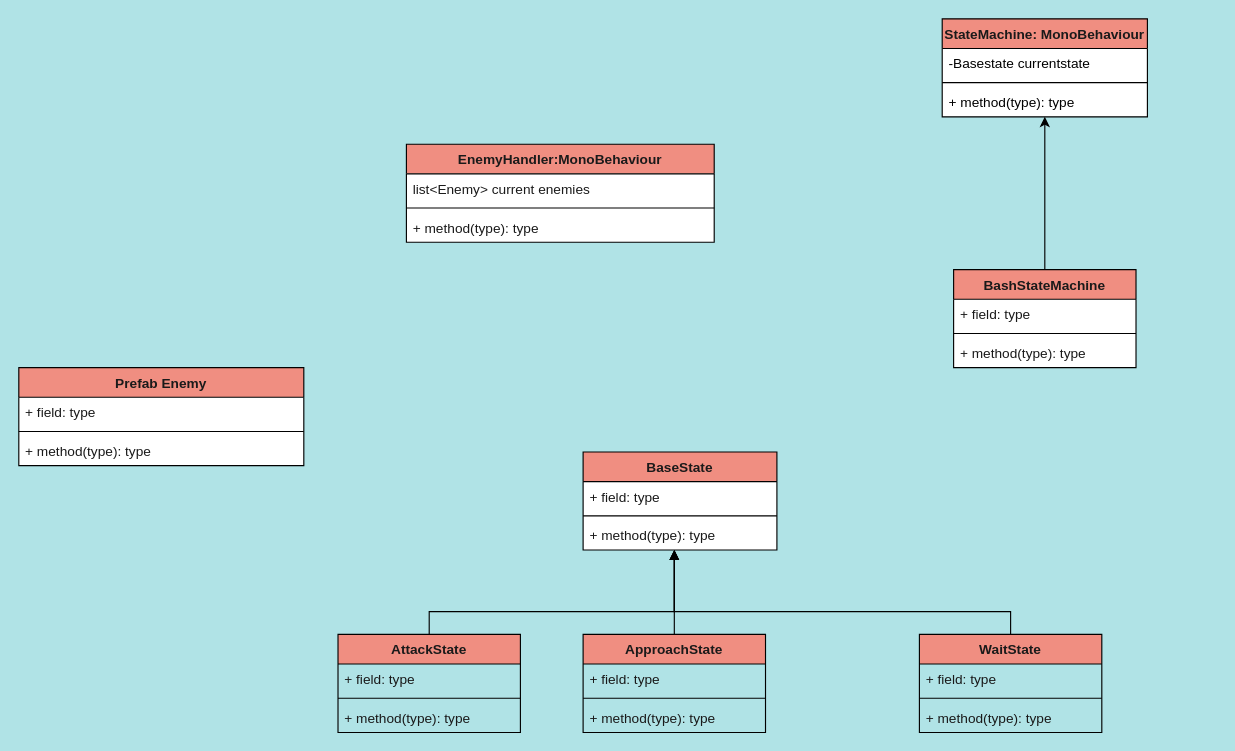
Justice-Tei21/Unity-Scripts keeps this draw.io diagram as page "Enemy stuff" (1 of 4) of Boomstriction.drawio. Above is the earlier version. Source tidied: cells renumbered, new cells numbered last; positions are measured from the earlier drawing's top-left corner, leaving out a move shared by most shapes. Both pictures are drawn from the tidied source at 114%, with x=0, y=0 at pixel (18, 18).
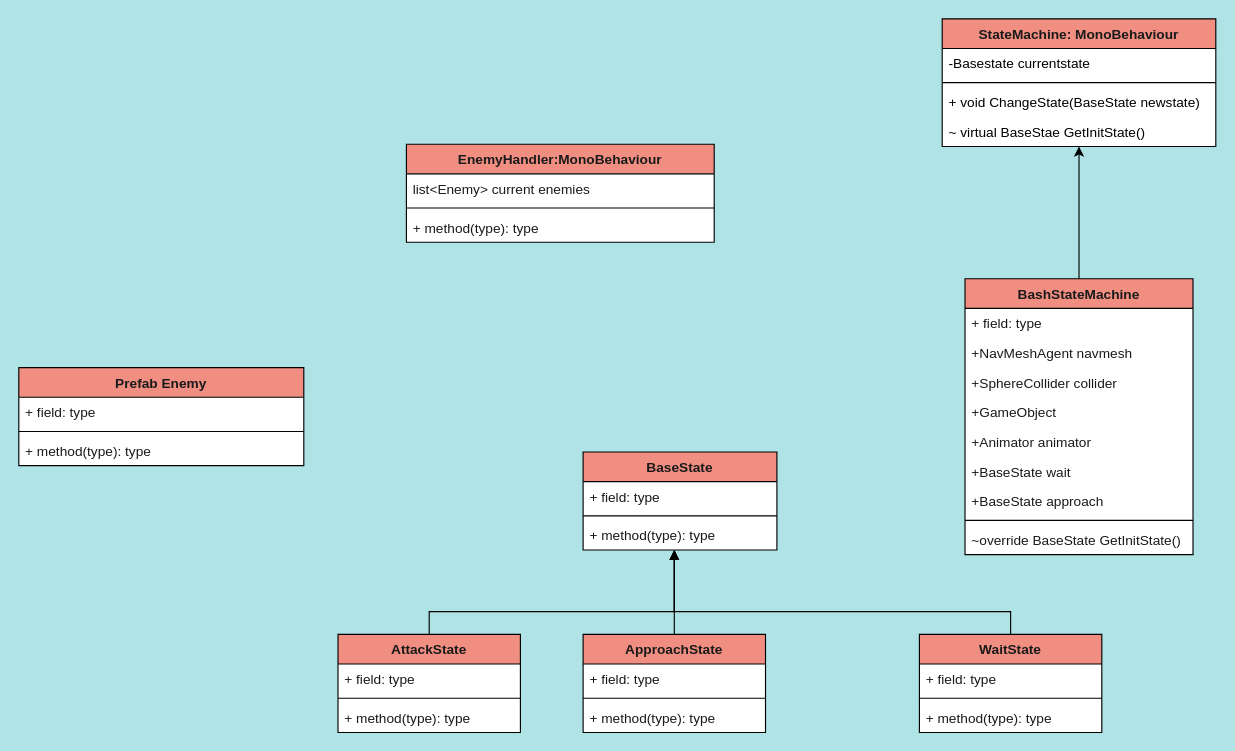
After the change.

What changed in the source:
```diff
@@
     <mxCell id="11" value="BashStateMachine" style="swimlane;fontStyle=1;align=center;verticalAlign=top;horizontal=1;startSize=26;rounded=0;strokeColor=default;fontFamily=Helvetica;fontSize=12;fontColor=#1A1A1A;fillColor=#F08E81;swimlaneFillColor=default;" parent="1" vertex="1">
-      <mxGeometry x="820" y="220" width="160" height="86" as="geometry" />
+      <mxGeometry x="830" y="228" width="200" height="242" as="geometry" />
     </mxCell>
     <mxCell id="12" value="+ field: type" style="text;strokeColor=none;fillColor=none;align=left;verticalAlign=top;spacingLeft=4;spacingRight=4;overflow=hidden;fontSize=12;fontFamily=Helvetica;fontColor=#1A1A1A;" parent="11" vertex="1">
-      <mxGeometry y="26" width="160" height="26" as="geometry" />
+      <mxGeometry y="26" width="200" height="26" as="geometry" />
     </mxCell>
+    <mxCell id="38" value="+NavMeshAgent navmesh" style="text;strokeColor=none;fillColor=none;align=left;verticalAlign=top;spacingLeft=4;spacingRight=4;overflow=hidden;fontSize=12;fontFamily=Helvetica;fontColor=#1A1A1A;" parent="11" vertex="1">
+      <mxGeometry y="52" width="200" height="26" as="geometry" />
+    </mxCell>
+    <mxCell id="39" value="+SphereCollider collider" style="text;strokeColor=none;fillColor=none;align=left;verticalAlign=top;spacingLeft=4;spacingRight=4;overflow=hidden;fontSize=12;fontFamily=Helvetica;fontColor=#1A1A1A;" parent="11" vertex="1">
+      <mxGeometry y="78" width="200" height="26" as="geometry" />
+    </mxCell>
+    <mxCell id="40" value="+GameObject" style="text;strokeColor=none;fillColor=none;align=left;verticalAlign=top;spacingLeft=4;spacingRight=4;overflow=hidden;fontSize=12;fontFamily=Helvetica;fontColor=#1A1A1A;" parent="11" vertex="1">
+      <mxGeometry y="104" width="200" height="26" as="geometry" />
+    </mxCell>
+    <mxCell id="41" value="+Animator animator" style="text;strokeColor=none;fillColor=none;align=left;verticalAlign=top;spacingLeft=4;spacingRight=4;overflow=hidden;fontSize=12;fontFamily=Helvetica;fontColor=#1A1A1A;" parent="11" vertex="1">
+      <mxGeometry y="130" width="200" height="26" as="geometry" />
+    </mxCell>
+    <mxCell id="42" value="+BaseState wait" style="text;strokeColor=none;fillColor=none;align=left;verticalAlign=top;spacingLeft=4;spacingRight=4;overflow=hidden;fontSize=12;fontFamily=Helvetica;fontColor=#1A1A1A;" parent="11" vertex="1">
+      <mxGeometry y="156" width="200" height="26" as="geometry" />
+    </mxCell>
+    <mxCell id="43" value="+BaseState approach" style="text;strokeColor=none;fillColor=none;align=left;verticalAlign=top;spacingLeft=4;spacingRight=4;overflow=hidden;fontSize=12;fontFamily=Helvetica;fontColor=#1A1A1A;" parent="11" vertex="1">
+      <mxGeometry y="182" width="200" height="26" as="geometry" />
+    </mxCell>
     <mxCell id="13" style="line;strokeWidth=1;fillColor=none;align=left;verticalAlign=middle;spacingTop=-1;spacingLeft=3;spacingRight=3;labelPosition=right;strokeColor=inherit;rounded=0;fontFamily=Helvetica;fontSize=12;fontColor=#1A1A1A;startSize=26;" parent="11" vertex="1">
-      <mxGeometry y="52" width="160" height="8" as="geometry" />
+      <mxGeometry y="208" width="200" height="8" as="geometry" />
     </mxCell>
-    <mxCell id="14" value="+ method(type): type" style="text;strokeColor=none;fillColor=none;align=left;verticalAlign=top;spacingLeft=4;spacingRight=4;overflow=hidden;fontSize=12;fontFamily=Helvetica;fontColor=#1A1A1A;" parent="11" vertex="1">
-      <mxGeometry y="60" width="160" height="26" as="geometry" />
+    <mxCell id="14" value="~override BaseState GetInitState()" style="text;strokeColor=none;fillColor=none;align=left;verticalAlign=top;spacingLeft=4;spacingRight=4;overflow=hidden;fontSize=12;fontFamily=Helvetica;fontColor=#1A1A1A;" parent="11" vertex="1">
+      <mxGeometry y="216" width="200" height="26" as="geometry" />
     </mxCell>
@@
-    <mxCell id="20" value="AttackState" style="swimlane;fontStyle=1;align=center;verticalAlign=top;horizontal=1;startSize=26;rounded=0;strokeColor=default;fontFamily=Helvetica;fontSize=12;fontColor=#1A1A1A;fillColor=#F08E81;" parent="1" vertex="1">
+    <mxCell id="20" value="AttackState" style="swimlane;fontStyle=1;align=center;verticalAlign=top;horizontal=1;startSize=26;rounded=0;strokeColor=default;fontFamily=Helvetica;fontSize=12;fontColor=#1A1A1A;fillColor=#F08E81;swimlaneFillColor=default;" parent="1" vertex="1">
       <mxGeometry x="280" y="540" width="160" height="86" as="geometry" />
     </mxCell>
@@
-    <mxCell id="25" value="ApproachState" style="swimlane;fontStyle=1;align=center;verticalAlign=top;horizontal=1;startSize=26;rounded=0;strokeColor=default;fontFamily=Helvetica;fontSize=12;fontColor=#1A1A1A;fillColor=#F08E81;" parent="1" vertex="1">
+    <mxCell id="25" value="ApproachState" style="swimlane;fontStyle=1;align=center;verticalAlign=top;horizontal=1;startSize=26;rounded=0;strokeColor=default;fontFamily=Helvetica;fontSize=12;fontColor=#1A1A1A;fillColor=#F08E81;swimlaneFillColor=default;" parent="1" vertex="1">
       <mxGeometry x="495" y="540" width="160" height="86" as="geometry" />
     </mxCell>
@@
-    <mxCell id="30" value="WaitState" style="swimlane;fontStyle=1;align=center;verticalAlign=top;horizontal=1;startSize=26;rounded=0;strokeColor=default;fontFamily=Helvetica;fontSize=12;fontColor=#1A1A1A;fillColor=#F08E81;" parent="1" vertex="1">
+    <mxCell id="30" value="WaitState" style="swimlane;fontStyle=1;align=center;verticalAlign=top;horizontal=1;startSize=26;rounded=0;strokeColor=default;fontFamily=Helvetica;fontSize=12;fontColor=#1A1A1A;fillColor=#F08E81;swimlaneFillColor=default;" parent="1" vertex="1">
       <mxGeometry x="790" y="540" width="160" height="86" as="geometry" />
     </mxCell>
@@
     <mxCell id="34" value="StateMachine: MonoBehaviour" style="swimlane;fontStyle=1;align=center;verticalAlign=top;horizontal=1;startSize=26;fillColor=#F08E81;fontColor=#1A1A1A;rounded=0;swimlaneFillColor=default;" parent="1" vertex="1">
-      <mxGeometry x="810" width="180" height="86" as="geometry" />
+      <mxGeometry x="810" width="240" height="112" as="geometry" />
     </mxCell>
     <mxCell id="35" value="-Basestate currentstate" style="text;strokeColor=none;fillColor=none;align=left;verticalAlign=top;spacingLeft=4;spacingRight=4;overflow=hidden;" parent="34" vertex="1">
-      <mxGeometry y="26" width="180" height="26" as="geometry" />
+      <mxGeometry y="26" width="240" height="26" as="geometry" />
     </mxCell>
     <mxCell id="36" style="line;strokeWidth=1;fillColor=none;align=left;verticalAlign=middle;spacingTop=-1;spacingLeft=3;spacingRight=3;labelPosition=right;strokeColor=inherit;" parent="34" vertex="1">
-      <mxGeometry y="52" width="180" height="8" as="geometry" />
+      <mxGeometry y="52" width="240" height="8" as="geometry" />
     </mxCell>
-    <mxCell id="37" value="+ method(type): type" style="text;strokeColor=none;fillColor=none;align=left;verticalAlign=top;spacingLeft=4;spacingRight=4;overflow=hidden;" parent="34" vertex="1">
-      <mxGeometry y="60" width="180" height="26" as="geometry" />
+    <mxCell id="37" value="+ void ChangeState(BaseState newstate)" style="text;strokeColor=none;fillColor=none;align=left;verticalAlign=top;spacingLeft=4;spacingRight=4;overflow=hidden;" parent="34" vertex="1">
+      <mxGeometry y="60" width="240" height="26" as="geometry" />
     </mxCell>
+    <mxCell id="44" value="~ virtual BaseStae GetInitState()" style="text;strokeColor=none;fillColor=none;align=left;verticalAlign=top;spacingLeft=4;spacingRight=4;overflow=hidden;" parent="34" vertex="1">
+      <mxGeometry y="86" width="240" height="26" as="geometry" />
+    </mxCell>
```
